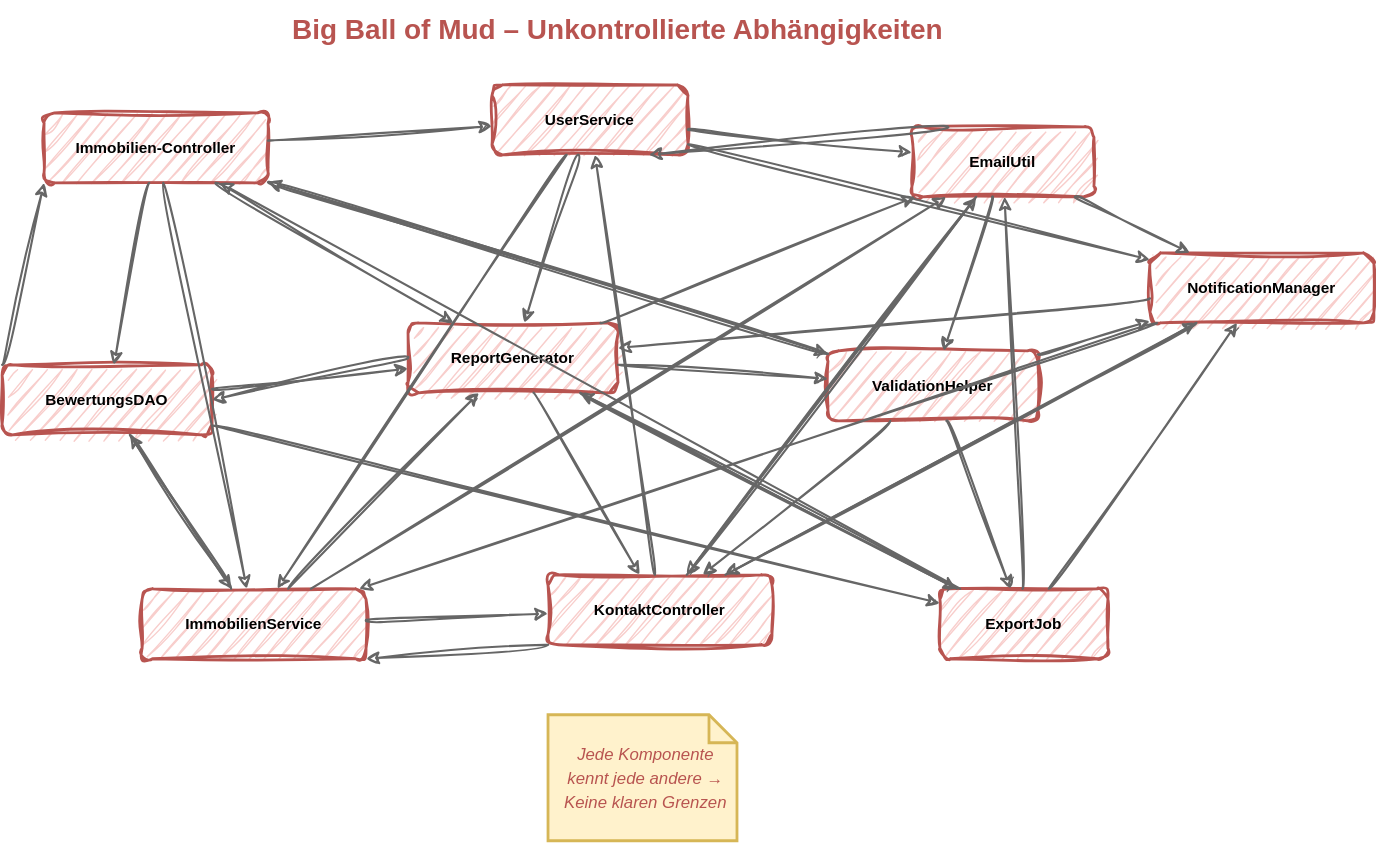
The draw.io diagram slides/03-ddd-einfuehrung/images/big-ball-of-mud.drawio.svg in it-erben/training-domain-driven-design, before a commit. Source tidied: cells renumbered, new cells last; positions are measured from the earlier drawing's top-left corner, leaving out a move shared by most shapes.
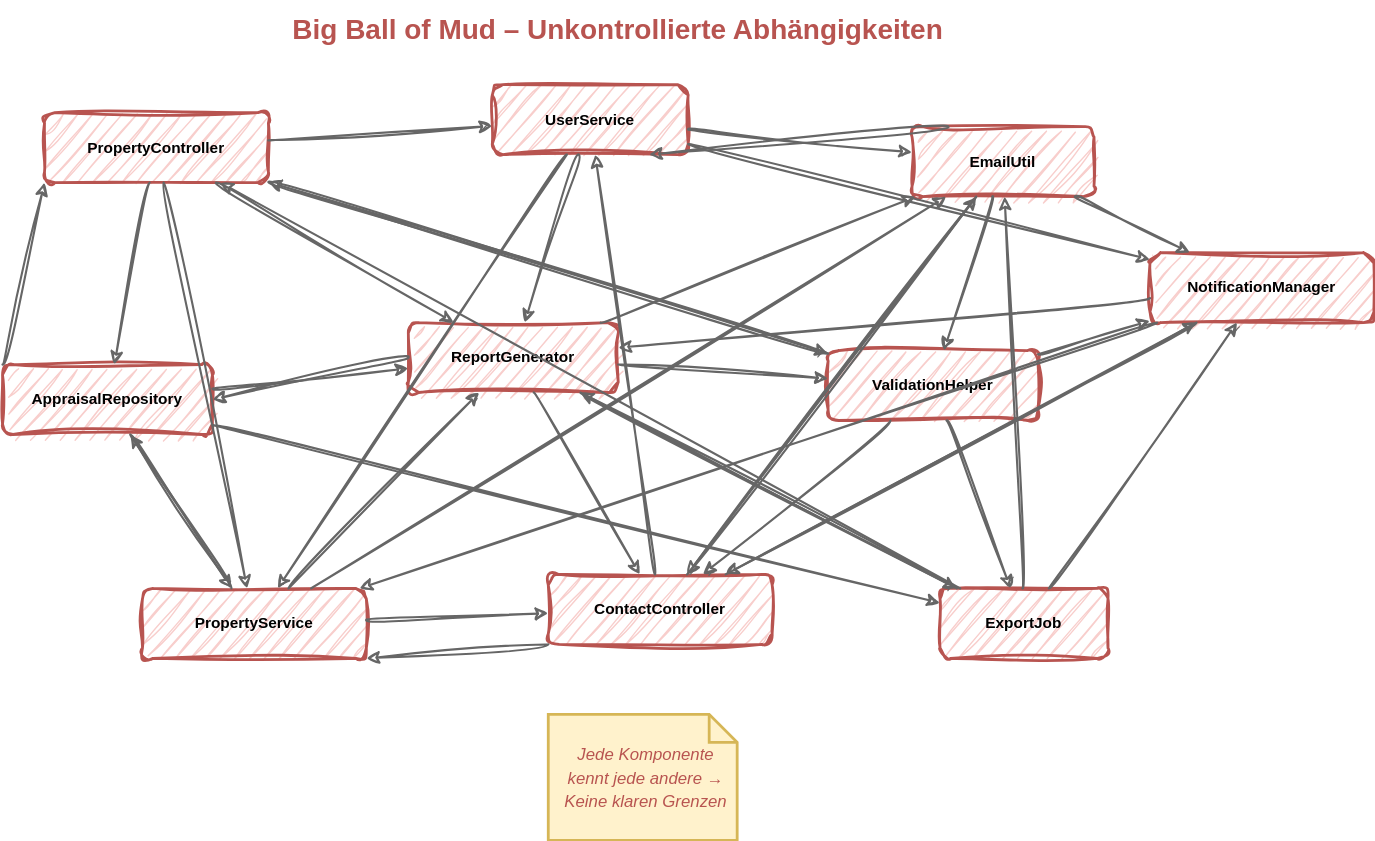
After the change.

What changed in the source:
```diff
@@ -5,7 +5,7 @@
     <mxCell id="2" value="Big Ball of Mud – Unkontrollierte Abhängigkeiten" style="text;html=1;fontSize=20;fontStyle=1;align=center;verticalAlign=middle;whiteSpace=wrap;fontColor=#b85450;" parent="1" vertex="1">
       <mxGeometry x="90" width="700" height="40" as="geometry" />
     </mxCell>
-    <mxCell id="3" value="&lt;b&gt;Immobilien-Controller&lt;/b&gt;" style="rounded=1;whiteSpace=wrap;html=1;fillColor=#f8cecc;strokeColor=#b85450;strokeWidth=2;fontSize=11;sketch=1;curveFitting=1;jiggle=2;" parent="1" vertex="1">
+    <mxCell id="3" value="&lt;b&gt;PropertyController&lt;/b&gt;" style="rounded=1;whiteSpace=wrap;html=1;fillColor=#f8cecc;strokeColor=#b85450;strokeWidth=2;fontSize=11;sketch=1;curveFitting=1;jiggle=2;" parent="1" vertex="1">
       <mxGeometry x="30" y="80" width="160" height="50" as="geometry" />
     </mxCell>
     <mxCell id="4" value="&lt;b&gt;UserService&lt;/b&gt;" style="rounded=1;whiteSpace=wrap;html=1;fillColor=#f8cecc;strokeColor=#b85450;strokeWidth=2;fontSize=11;sketch=1;curveFitting=1;jiggle=2;" parent="1" vertex="1">
@@ -14,7 +14,7 @@
     <mxCell id="5" value="&lt;b&gt;EmailUtil&lt;/b&gt;" style="rounded=1;whiteSpace=wrap;html=1;fillColor=#f8cecc;strokeColor=#b85450;strokeWidth=2;fontSize=11;sketch=1;curveFitting=1;jiggle=2;" parent="1" vertex="1">
       <mxGeometry x="650" y="90" width="130" height="50" as="geometry" />
     </mxCell>
-    <mxCell id="6" value="&lt;b&gt;BewertungsDAO&lt;/b&gt;" style="rounded=1;whiteSpace=wrap;html=1;fillColor=#f8cecc;strokeColor=#b85450;strokeWidth=2;fontSize=11;sketch=1;curveFitting=1;jiggle=2;" parent="1" vertex="1">
+    <mxCell id="6" value="&lt;b&gt;AppraisalRepository&lt;/b&gt;" style="rounded=1;whiteSpace=wrap;html=1;fillColor=#f8cecc;strokeColor=#b85450;strokeWidth=2;fontSize=11;sketch=1;curveFitting=1;jiggle=2;" parent="1" vertex="1">
       <mxGeometry y="260" width="150" height="50" as="geometry" />
     </mxCell>
     <mxCell id="7" value="&lt;b&gt;ReportGenerator&lt;/b&gt;" style="rounded=1;whiteSpace=wrap;html=1;fillColor=#f8cecc;strokeColor=#b85450;strokeWidth=2;fontSize=11;sketch=1;curveFitting=1;jiggle=2;" parent="1" vertex="1">
@@ -23,10 +23,10 @@
     <mxCell id="8" value="&lt;b&gt;ValidationHelper&lt;/b&gt;" style="rounded=1;whiteSpace=wrap;html=1;fillColor=#f8cecc;strokeColor=#b85450;strokeWidth=2;fontSize=11;sketch=1;curveFitting=1;jiggle=2;" parent="1" vertex="1">
       <mxGeometry x="590" y="250" width="150" height="50" as="geometry" />
     </mxCell>
-    <mxCell id="9" value="&lt;b&gt;ImmobilienService&lt;/b&gt;" style="rounded=1;whiteSpace=wrap;html=1;fillColor=#f8cecc;strokeColor=#b85450;strokeWidth=2;fontSize=11;sketch=1;curveFitting=1;jiggle=2;" parent="1" vertex="1">
+    <mxCell id="9" value="&lt;b&gt;PropertyService&lt;/b&gt;" style="rounded=1;whiteSpace=wrap;html=1;fillColor=#f8cecc;strokeColor=#b85450;strokeWidth=2;fontSize=11;sketch=1;curveFitting=1;jiggle=2;" parent="1" vertex="1">
       <mxGeometry x="100" y="420" width="160" height="50" as="geometry" />
     </mxCell>
-    <mxCell id="10" value="&lt;b&gt;KontaktController&lt;/b&gt;" style="rounded=1;whiteSpace=wrap;html=1;fillColor=#f8cecc;strokeColor=#b85450;strokeWidth=2;fontSize=11;sketch=1;curveFitting=1;jiggle=2;" parent="1" vertex="1">
+    <mxCell id="10" value="&lt;b&gt;ContactController&lt;/b&gt;" style="rounded=1;whiteSpace=wrap;html=1;fillColor=#f8cecc;strokeColor=#b85450;strokeWidth=2;fontSize=11;sketch=1;curveFitting=1;jiggle=2;" parent="1" vertex="1">
       <mxGeometry x="390" y="410" width="160" height="50" as="geometry" />
     </mxCell>
     <mxCell id="11" value="&lt;b&gt;ExportJob&lt;/b&gt;" style="rounded=1;whiteSpace=wrap;html=1;fillColor=#f8cecc;strokeColor=#b85450;strokeWidth=2;fontSize=11;sketch=1;curveFitting=1;jiggle=2;" parent="1" vertex="1">
```
